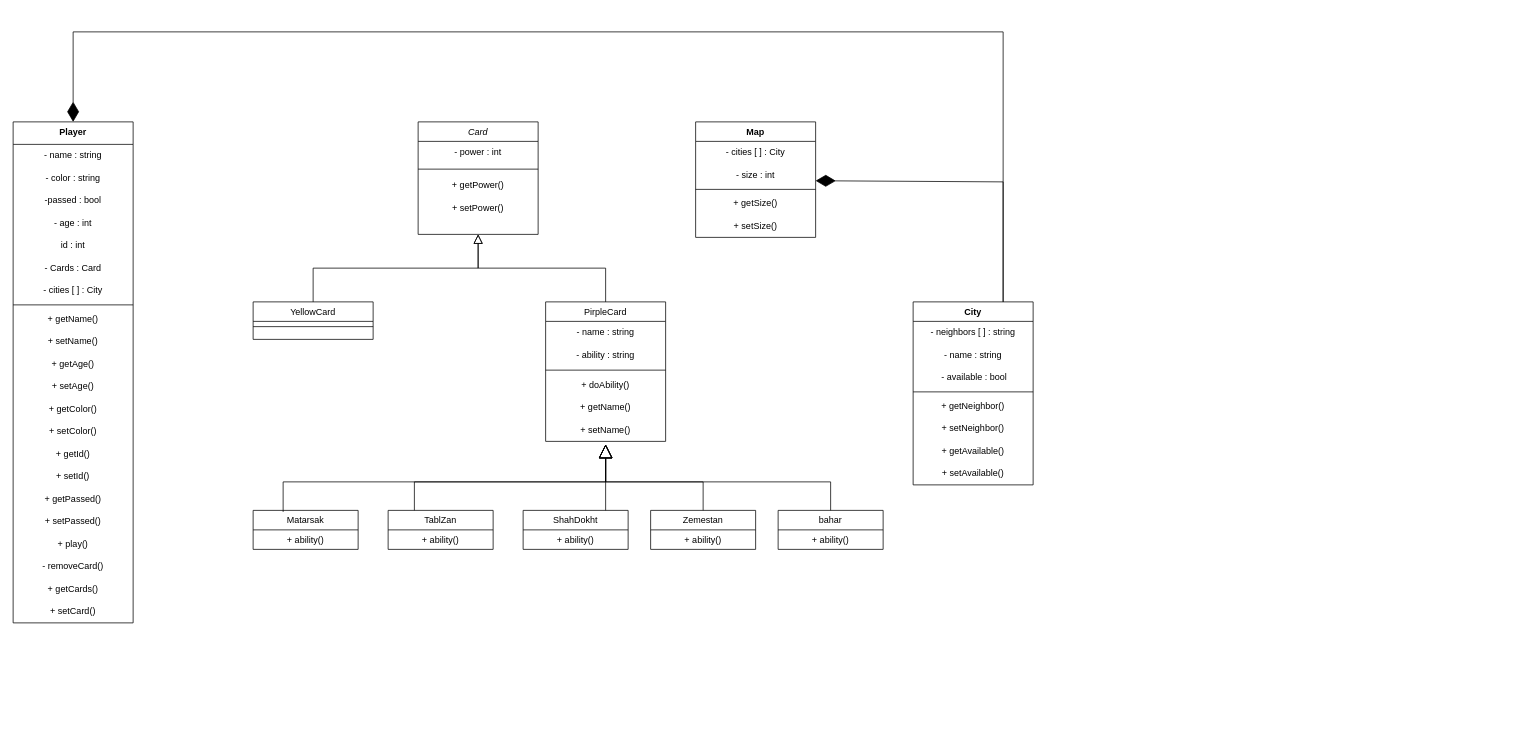
This is first_part.drawio from Mehrdad386/Rakab, a draw.io file, before an edit. Source tidied: cells renumbered, new cells numbered last; positions are measured from the earlier drawing's top-left corner, leaving out a move shared by most shapes. Both pictures are drawn from the tidied source at 75%, with x=0, y=0 at pixel (13, 32).
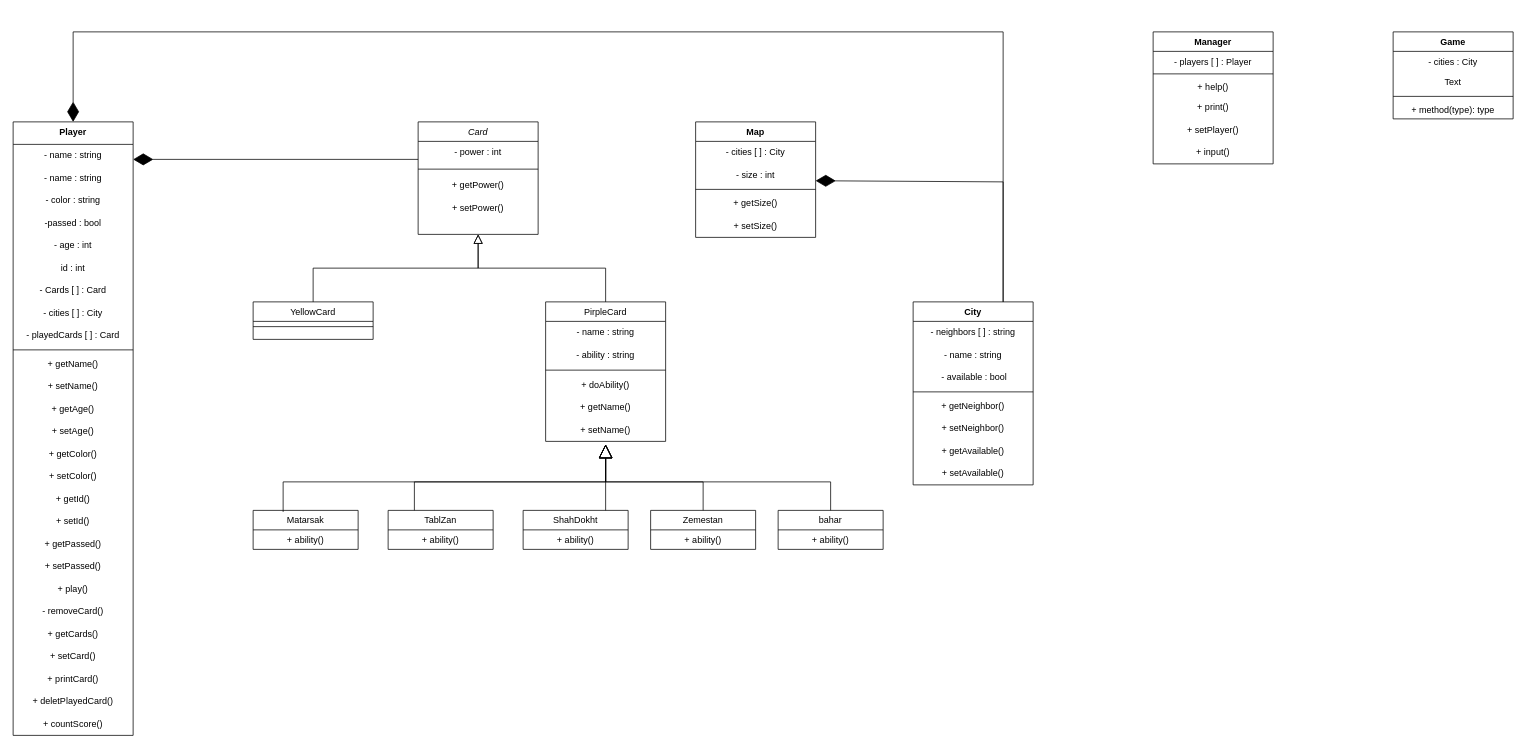
The same page after the edit.

Commit message:
UML edited and manager added

Diff of the diagram source:
```diff
@@
     <mxCell id="24" value="Player" style="swimlane;fontStyle=1;align=center;verticalAlign=top;horizontal=1;startSize=30;whiteSpace=wrap;html=1;" parent="1" vertex="1">
-      <mxGeometry y="120" width="160" height="668" as="geometry" />
+      <mxGeometry y="120" width="160" height="818" as="geometry" />
     </mxCell>
@@
+    <mxCell id="73" value="- name : string" style="text;strokeColor=none;align=center;fillColor=none;html=1;verticalAlign=middle;whiteSpace=wrap;rounded=0;" parent="24" vertex="1">
+      <mxGeometry y="60" width="160" height="30" as="geometry" />
+    </mxCell>
     <mxCell id="26" value="- color : string" style="text;strokeColor=none;align=center;fillColor=none;html=1;verticalAlign=middle;whiteSpace=wrap;rounded=0;" parent="24" vertex="1">
-      <mxGeometry y="60" width="160" height="30" as="geometry" />
+      <mxGeometry y="90" width="160" height="30" as="geometry" />
     </mxCell>
     <mxCell id="27" value="-passed : bool" style="text;strokeColor=none;align=center;fillColor=none;html=1;verticalAlign=middle;whiteSpace=wrap;rounded=0;" parent="24" vertex="1">
-      <mxGeometry y="90" width="160" height="30" as="geometry" />
+      <mxGeometry y="120" width="160" height="30" as="geometry" />
     </mxCell>
     <mxCell id="28" value="- age : int" style="text;strokeColor=none;align=center;fillColor=none;html=1;verticalAlign=middle;whiteSpace=wrap;rounded=0;" parent="24" vertex="1">
-      <mxGeometry y="120" width="160" height="30" as="geometry" />
+      <mxGeometry y="150" width="160" height="30" as="geometry" />
     </mxCell>
     <mxCell id="29" value="id : int" style="text;strokeColor=none;align=center;fillColor=none;html=1;verticalAlign=middle;whiteSpace=wrap;rounded=0;" parent="24" vertex="1">
-      <mxGeometry y="150" width="160" height="30" as="geometry" />
+      <mxGeometry y="180" width="160" height="30" as="geometry" />
     </mxCell>
-    <mxCell id="30" value="- Cards : Card" style="text;strokeColor=none;align=center;fillColor=none;html=1;verticalAlign=middle;whiteSpace=wrap;rounded=0;" parent="24" vertex="1">
-      <mxGeometry y="180" width="160" height="30" as="geometry" />
+    <mxCell id="30" value="- Cards [ ] : Card" style="text;strokeColor=none;align=center;fillColor=none;html=1;verticalAlign=middle;whiteSpace=wrap;rounded=0;" parent="24" vertex="1">
+      <mxGeometry y="210" width="160" height="30" as="geometry" />
     </mxCell>
     <mxCell id="31" value="- cities [ ] : City" style="text;strokeColor=none;align=center;fillColor=none;html=1;verticalAlign=middle;whiteSpace=wrap;rounded=0;" parent="24" vertex="1">
-      <mxGeometry y="210" width="160" height="30" as="geometry" />
+      <mxGeometry y="240" width="160" height="30" as="geometry" />
     </mxCell>
+    <mxCell id="74" value="- playedCards [ ] : Card" style="text;strokeColor=none;align=center;fillColor=none;html=1;verticalAlign=middle;whiteSpace=wrap;rounded=0;" parent="24" vertex="1">
+      <mxGeometry y="270" width="160" height="30" as="geometry" />
+    </mxCell>
     <mxCell id="32" style="line;strokeWidth=1;fillColor=none;align=left;verticalAlign=middle;spacingTop=-1;spacingLeft=3;spacingRight=3;labelPosition=right;strokeColor=inherit;" parent="24" vertex="1">
-      <mxGeometry y="240" width="160" height="8" as="geometry" />
+      <mxGeometry y="300" width="160" height="8" as="geometry" />
     </mxCell>
     <mxCell id="33" value="+ getName()" style="text;strokeColor=none;align=center;fillColor=none;html=1;verticalAlign=middle;whiteSpace=wrap;rounded=0;" parent="24" vertex="1">
-      <mxGeometry y="248" width="160" height="30" as="geometry" />
+      <mxGeometry y="308" width="160" height="30" as="geometry" />
     </mxCell>
     <mxCell id="34" value="+ setName()" style="text;strokeColor=none;align=center;fillColor=none;html=1;verticalAlign=middle;whiteSpace=wrap;rounded=0;" parent="24" vertex="1">
-      <mxGeometry y="278" width="160" height="30" as="geometry" />
+      <mxGeometry y="338" width="160" height="30" as="geometry" />
     </mxCell>
     <mxCell id="35" value="+ getAge()" style="text;strokeColor=none;align=center;fillColor=none;html=1;verticalAlign=middle;whiteSpace=wrap;rounded=0;" parent="24" vertex="1">
-      <mxGeometry y="308" width="160" height="30" as="geometry" />
+      <mxGeometry y="368" width="160" height="30" as="geometry" />
     </mxCell>
     <mxCell id="36" value="+ setAge()" style="text;strokeColor=none;align=center;fillColor=none;html=1;verticalAlign=middle;whiteSpace=wrap;rounded=0;" parent="24" vertex="1">
-      <mxGeometry y="338" width="160" height="30" as="geometry" />
+      <mxGeometry y="398" width="160" height="30" as="geometry" />
     </mxCell>
     <mxCell id="37" value="+ getColor()" style="text;strokeColor=none;align=center;fillColor=none;html=1;verticalAlign=middle;whiteSpace=wrap;rounded=0;" parent="24" vertex="1">
-      <mxGeometry y="368" width="160" height="30" as="geometry" />
+      <mxGeometry y="428" width="160" height="30" as="geometry" />
     </mxCell>
     <mxCell id="38" value="+ setColor()" style="text;strokeColor=none;align=center;fillColor=none;html=1;verticalAlign=middle;whiteSpace=wrap;rounded=0;" parent="24" vertex="1">
-      <mxGeometry y="398" width="160" height="30" as="geometry" />
+      <mxGeometry y="458" width="160" height="30" as="geometry" />
     </mxCell>
     <mxCell id="39" value="+ getId()" style="text;strokeColor=none;align=center;fillColor=none;html=1;verticalAlign=middle;whiteSpace=wrap;rounded=0;" parent="24" vertex="1">
-      <mxGeometry y="428" width="160" height="30" as="geometry" />
+      <mxGeometry y="488" width="160" height="30" as="geometry" />
     </mxCell>
     <mxCell id="40" value="+ setId()" style="text;strokeColor=none;align=center;fillColor=none;html=1;verticalAlign=middle;whiteSpace=wrap;rounded=0;" parent="24" vertex="1">
-      <mxGeometry y="458" width="160" height="30" as="geometry" />
+      <mxGeometry y="518" width="160" height="30" as="geometry" />
     </mxCell>
     <mxCell id="41" value="+ getPassed()" style="text;strokeColor=none;align=center;fillColor=none;html=1;verticalAlign=middle;whiteSpace=wrap;rounded=0;" parent="24" vertex="1">
-      <mxGeometry y="488" width="160" height="30" as="geometry" />
+      <mxGeometry y="548" width="160" height="30" as="geometry" />
     </mxCell>
     <mxCell id="42" value="+ setPassed()" style="text;strokeColor=none;align=center;fillColor=none;html=1;verticalAlign=middle;whiteSpace=wrap;rounded=0;" parent="24" vertex="1">
-      <mxGeometry y="518" width="160" height="30" as="geometry" />
+      <mxGeometry y="578" width="160" height="30" as="geometry" />
     </mxCell>
     <mxCell id="43" value="+ play()" style="text;strokeColor=none;align=center;fillColor=none;html=1;verticalAlign=middle;whiteSpace=wrap;rounded=0;" parent="24" vertex="1">
-      <mxGeometry y="548" width="160" height="30" as="geometry" />
+      <mxGeometry y="608" width="160" height="30" as="geometry" />
     </mxCell>
     <mxCell id="44" value="- removeCard()" style="text;strokeColor=none;align=center;fillColor=none;html=1;verticalAlign=middle;whiteSpace=wrap;rounded=0;" parent="24" vertex="1">
-      <mxGeometry y="578" width="160" height="30" as="geometry" />
+      <mxGeometry y="638" width="160" height="30" as="geometry" />
     </mxCell>
     <mxCell id="45" value="+ getCards()" style="text;strokeColor=none;align=center;fillColor=none;html=1;verticalAlign=middle;whiteSpace=wrap;rounded=0;" parent="24" vertex="1">
-      <mxGeometry y="608" width="160" height="30" as="geometry" />
+      <mxGeometry y="668" width="160" height="30" as="geometry" />
     </mxCell>
     <mxCell id="46" value="+ setCard()" style="text;strokeColor=none;align=center;fillColor=none;html=1;verticalAlign=middle;whiteSpace=wrap;rounded=0;" parent="24" vertex="1">
-      <mxGeometry y="638" width="160" height="30" as="geometry" />
+      <mxGeometry y="698" width="160" height="30" as="geometry" />
     </mxCell>
+    <mxCell id="75" value="+ printCard()" style="text;strokeColor=none;align=center;fillColor=none;html=1;verticalAlign=middle;whiteSpace=wrap;rounded=0;" parent="24" vertex="1">
+      <mxGeometry y="728" width="160" height="30" as="geometry" />
+    </mxCell>
+    <mxCell id="76" value="+ deletPlayedCard()" style="text;strokeColor=none;align=center;fillColor=none;html=1;verticalAlign=middle;whiteSpace=wrap;rounded=0;" parent="24" vertex="1">
+      <mxGeometry y="758" width="160" height="30" as="geometry" />
+    </mxCell>
+    <mxCell id="77" value="+ countScore()" style="text;strokeColor=none;align=center;fillColor=none;html=1;verticalAlign=middle;whiteSpace=wrap;rounded=0;" parent="24" vertex="1">
+      <mxGeometry y="788" width="160" height="30" as="geometry" />
+    </mxCell>
@@
+    <mxCell id="78" style="endArrow=diamondThin;endFill=1;endSize=24;html=1;rounded=0;" parent="1" edge="1">
+      <mxGeometry relative="1" as="geometry">
+        <mxPoint x="540" y="170" as="sourcePoint" />
+        <mxPoint x="160" y="170" as="targetPoint" />
+        <Array as="points">
+          <mxPoint x="540" y="170" />
+        </Array>
+      </mxGeometry>
+    </mxCell>
+    <mxCell id="79" value="Manager" style="swimlane;fontStyle=1;align=center;verticalAlign=top;horizontal=1;startSize=26;whiteSpace=wrap;html=1;" parent="1" vertex="1">
+      <mxGeometry x="1520" width="160" height="176" as="geometry" />
+    </mxCell>
+    <mxCell id="80" value="- players [ ] : Player" style="text;strokeColor=none;fillColor=none;align=center;verticalAlign=top;spacingLeft=4;spacingRight=4;overflow=hidden;whiteSpace=wrap;html=1;" parent="79" vertex="1">
+      <mxGeometry y="26" width="160" height="26" as="geometry" />
+    </mxCell>
+    <mxCell id="81" style="line;strokeWidth=1;fillColor=none;align=left;verticalAlign=middle;spacingTop=-1;spacingLeft=3;spacingRight=3;labelPosition=right;strokeColor=inherit;" parent="79" vertex="1">
+      <mxGeometry y="52" width="160" height="8" as="geometry" />
+    </mxCell>
+    <mxCell id="82" value="+ help()" style="text;strokeColor=none;fillColor=none;align=center;verticalAlign=top;spacingLeft=4;spacingRight=4;overflow=hidden;whiteSpace=wrap;html=1;" parent="79" vertex="1">
+      <mxGeometry y="60" width="160" height="26" as="geometry" />
+    </mxCell>
+    <mxCell id="83" value="+ print()" style="text;strokeColor=none;align=center;fillColor=none;html=1;verticalAlign=middle;whiteSpace=wrap;rounded=0;" parent="79" vertex="1">
+      <mxGeometry y="86" width="160" height="30" as="geometry" />
+    </mxCell>
+    <mxCell id="84" value="+ setPlayer()" style="text;strokeColor=none;align=center;fillColor=none;html=1;verticalAlign=middle;whiteSpace=wrap;rounded=0;" parent="79" vertex="1">
+      <mxGeometry y="116" width="160" height="30" as="geometry" />
+    </mxCell>
+    <mxCell id="85" value="+ input()" style="text;strokeColor=none;align=center;fillColor=none;html=1;verticalAlign=middle;whiteSpace=wrap;rounded=0;" parent="79" vertex="1">
+      <mxGeometry y="146" width="160" height="30" as="geometry" />
+    </mxCell>
+    <mxCell id="86" value="Game" style="swimlane;fontStyle=1;align=center;verticalAlign=top;horizontal=1;startSize=26;whiteSpace=wrap;html=1;" parent="1" vertex="1">
+      <mxGeometry x="1840" width="160" height="116" as="geometry" />
+    </mxCell>
+    <mxCell id="87" value="- cities : City" style="text;strokeColor=none;fillColor=none;align=center;verticalAlign=top;spacingLeft=4;spacingRight=4;overflow=hidden;whiteSpace=wrap;html=1;" parent="86" vertex="1">
+      <mxGeometry y="26" width="160" height="26" as="geometry" />
+    </mxCell>
+    <mxCell id="88" value="Text" style="text;strokeColor=none;align=center;fillColor=none;html=1;verticalAlign=middle;whiteSpace=wrap;rounded=0;" parent="86" vertex="1">
+      <mxGeometry y="52" width="160" height="30" as="geometry" />
+    </mxCell>
+    <mxCell id="89" style="line;strokeWidth=1;fillColor=none;align=left;verticalAlign=middle;spacingTop=-1;spacingLeft=3;spacingRight=3;labelPosition=right;strokeColor=inherit;" parent="86" vertex="1">
+      <mxGeometry y="82" width="160" height="8" as="geometry" />
+    </mxCell>
+    <mxCell id="90" value="+ method(type): type" style="text;strokeColor=none;fillColor=none;align=center;verticalAlign=top;spacingLeft=4;spacingRight=4;overflow=hidden;whiteSpace=wrap;html=1;" parent="86" vertex="1">
+      <mxGeometry y="90" width="160" height="26" as="geometry" />
+    </mxCell>
```
